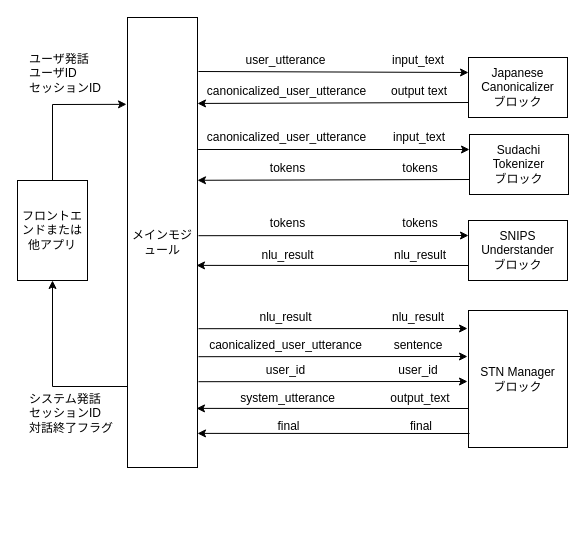
The draw.io diagram docs/images/sample-arch.drawio in c4a-ri/dialbb, before the edit. Source tidied: cells renumbered, new cells numbered last; positions are measured from the earlier drawing's top-left corner, leaving out a move shared by most shapes. Both pictures are drawn from the tidied source at 100%, with x=0, y=0 at pixel (17, 17).
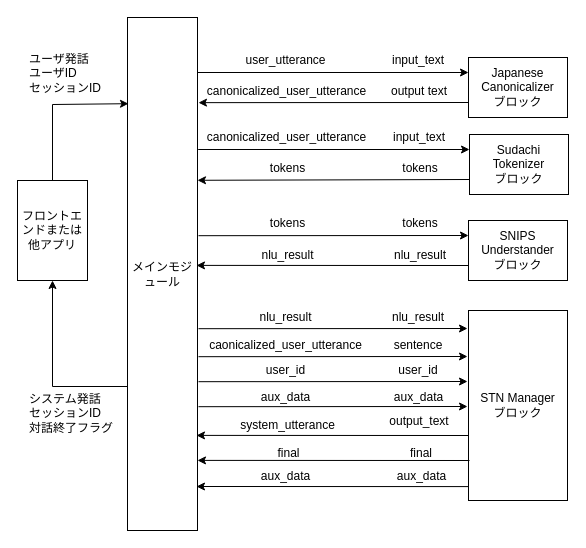
The same page after the edit.

Unchanged cells that the change refers to:
```xml
<mxCell id="3" value="Japanese&lt;br&gt;Canonicalizer&lt;br&gt;ブロック" style="rounded=0;whiteSpace=wrap;html=1;" parent="1" vertex="1">
  <mxGeometry x="451" y="40" width="99" height="60" as="geometry" />
</mxCell>
<mxCell id="43" value="フロントエンドまたは他アプリ" style="rounded=0;whiteSpace=wrap;html=1;" parent="1" vertex="1">
  <mxGeometry y="163" width="70" height="100" as="geometry" />
</mxCell>
```

Change to the diagram source:
```diff
@@
     <mxCell id="2" value="メインモジュール" style="rounded=0;whiteSpace=wrap;html=1;" parent="1" vertex="1">
-      <mxGeometry x="110" width="70" height="450" as="geometry" />
+      <mxGeometry x="110" width="70" height="513" as="geometry" />
     </mxCell>
@@
     <mxCell id="5" value="STN Manager&lt;br&gt;ブロック" style="rounded=0;whiteSpace=wrap;html=1;" parent="1" vertex="1">
-      <mxGeometry x="451" y="293" width="99" height="137" as="geometry" />
+      <mxGeometry x="451" y="293" width="99" height="190" as="geometry" />
     </mxCell>
-    <mxCell id="6" style="endArrow=classic;html=1;rounded=0;exitX=1.014;exitY=0.12;exitDx=0;exitDy=0;exitPerimeter=0;entryX=0;entryY=0.25;entryDx=0;entryDy=0;" parent="1" edge="1" source="2" target="3">
-      <mxGeometry relative="1" as="geometry" />
+    <mxCell id="6" style="endArrow=classic;html=1;rounded=0;entryX=0;entryY=0.25;entryDx=0;entryDy=0;" parent="1" edge="1" target="3">
+      <mxGeometry relative="1" as="geometry">
+        <mxPoint x="180" y="55" as="sourcePoint" />
+      </mxGeometry>
     </mxCell>
-    <mxCell id="7" style="endArrow=classic;html=1;rounded=0;exitX=0;exitY=0.75;exitDx=0;exitDy=0;entryX=1;entryY=0.191;entryDx=0;entryDy=0;entryPerimeter=0;" parent="1" edge="1" source="3" target="2">
+    <mxCell id="7" style="endArrow=classic;html=1;rounded=0;exitX=0;exitY=0.75;exitDx=0;exitDy=0;entryX=1.014;entryY=0.166;entryDx=0;entryDy=0;entryPerimeter=0;" parent="1" edge="1" source="3" target="2">
       <mxGeometry relative="1" as="geometry" />
     </mxCell>
@@
-    <mxCell id="11" style="endArrow=classic;html=1;rounded=0;entryX=-0.014;entryY=0.193;entryDx=0;entryDy=0;exitX=0.5;exitY=0;exitDx=0;exitDy=0;entryPerimeter=0;" parent="1" edge="1" source="43" target="2">
+    <mxCell id="11" style="endArrow=classic;html=1;rounded=0;entryX=0.014;entryY=0.168;entryDx=0;entryDy=0;exitX=0.5;exitY=0;exitDx=0;exitDy=0;entryPerimeter=0;" parent="1" edge="1" source="43" target="2">
       <mxGeometry relative="1" as="geometry">
         <Array as="points">
           <mxPoint x="35" y="87" />
         </Array>
       </mxGeometry>
     </mxCell>
@@
     <mxCell id="30" value="system_utterance" style="text;html=1;strokeColor=none;fillColor=none;align=center;verticalAlign=middle;whiteSpace=wrap;rounded=0;" parent="1" vertex="1">
-      <mxGeometry x="228" y="369" width="85" height="23" as="geometry" />
+      <mxGeometry x="228" y="396" width="85" height="23" as="geometry" />
     </mxCell>
     <mxCell id="31" value="output_text" style="text;html=1;strokeColor=none;fillColor=none;align=center;verticalAlign=middle;whiteSpace=wrap;rounded=0;" parent="1" vertex="1">
-      <mxGeometry x="373" y="365.5" width="60" height="30" as="geometry" />
+      <mxGeometry x="372" y="389" width="60" height="30" as="geometry" />
     </mxCell>
     <mxCell id="32" style="endArrow=classic;html=1;rounded=0;exitX=0;exitY=0.75;exitDx=0;exitDy=0;entryX=1;entryY=0.274;entryDx=0;entryDy=0;entryPerimeter=0;" parent="1" edge="1">
       <mxGeometry relative="1" as="geometry">
-        <mxPoint x="451" y="391" as="sourcePoint" />
-        <mxPoint x="179" y="390.9" as="targetPoint" />
+        <mxPoint x="451" y="418" as="sourcePoint" />
+        <mxPoint x="179" y="417.9" as="targetPoint" />
       </mxGeometry>
     </mxCell>
     <mxCell id="33" value="final" style="text;html=1;strokeColor=none;fillColor=none;align=center;verticalAlign=middle;whiteSpace=wrap;rounded=0;" parent="1" vertex="1">
-      <mxGeometry x="229" y="397" width="85" height="23" as="geometry" />
+      <mxGeometry x="229" y="424" width="85" height="23" as="geometry" />
     </mxCell>
     <mxCell id="34" value="final" style="text;html=1;strokeColor=none;fillColor=none;align=center;verticalAlign=middle;whiteSpace=wrap;rounded=0;" parent="1" vertex="1">
-      <mxGeometry x="374" y="393.5" width="60" height="30" as="geometry" />
+      <mxGeometry x="374" y="420.5" width="60" height="30" as="geometry" />
     </mxCell>
     <mxCell id="35" style="endArrow=classic;html=1;rounded=0;exitX=0;exitY=0.75;exitDx=0;exitDy=0;entryX=1;entryY=0.274;entryDx=0;entryDy=0;entryPerimeter=0;" parent="1" edge="1">
       <mxGeometry relative="1" as="geometry">
-        <mxPoint x="452" y="416" as="sourcePoint" />
-        <mxPoint x="180" y="415.9" as="targetPoint" />
+        <mxPoint x="452" y="443" as="sourcePoint" />
+        <mxPoint x="180" y="442.9" as="targetPoint" />
       </mxGeometry>
     </mxCell>
@@
+    <mxCell id="45" style="endArrow=classic;html=1;rounded=0;exitX=1.029;exitY=0.178;exitDx=0;exitDy=0;exitPerimeter=0;" parent="1" edge="1">
+      <mxGeometry relative="1" as="geometry">
+        <mxPoint x="181" y="389.2" as="sourcePoint" />
+        <mxPoint x="450" y="389" as="targetPoint" />
+      </mxGeometry>
+    </mxCell>
+    <mxCell id="46" value="aux_data" style="text;html=1;strokeColor=none;fillColor=none;align=center;verticalAlign=middle;whiteSpace=wrap;rounded=0;" parent="1" vertex="1">
+      <mxGeometry x="226" y="368" width="85" height="23" as="geometry" />
+    </mxCell>
+    <mxCell id="47" value="aux_data" style="text;html=1;strokeColor=none;fillColor=none;align=center;verticalAlign=middle;whiteSpace=wrap;rounded=0;" parent="1" vertex="1">
+      <mxGeometry x="358.5" y="368" width="85" height="23" as="geometry" />
+    </mxCell>
+    <mxCell id="48" style="endArrow=classic;html=1;rounded=0;exitX=0;exitY=0.75;exitDx=0;exitDy=0;entryX=1;entryY=0.274;entryDx=0;entryDy=0;entryPerimeter=0;" parent="1" edge="1">
+      <mxGeometry relative="1" as="geometry">
+        <mxPoint x="451" y="469.1" as="sourcePoint" />
+        <mxPoint x="179" y="469" as="targetPoint" />
+      </mxGeometry>
+    </mxCell>
+    <mxCell id="49" value="aux_data" style="text;html=1;strokeColor=none;fillColor=none;align=center;verticalAlign=middle;whiteSpace=wrap;rounded=0;" parent="1" vertex="1">
+      <mxGeometry x="361.5" y="447" width="85" height="23" as="geometry" />
+    </mxCell>
+    <mxCell id="50" value="aux_data" style="text;html=1;strokeColor=none;fillColor=none;align=center;verticalAlign=middle;whiteSpace=wrap;rounded=0;" parent="1" vertex="1">
+      <mxGeometry x="226" y="447" width="85" height="23" as="geometry" />
+    </mxCell>
```
